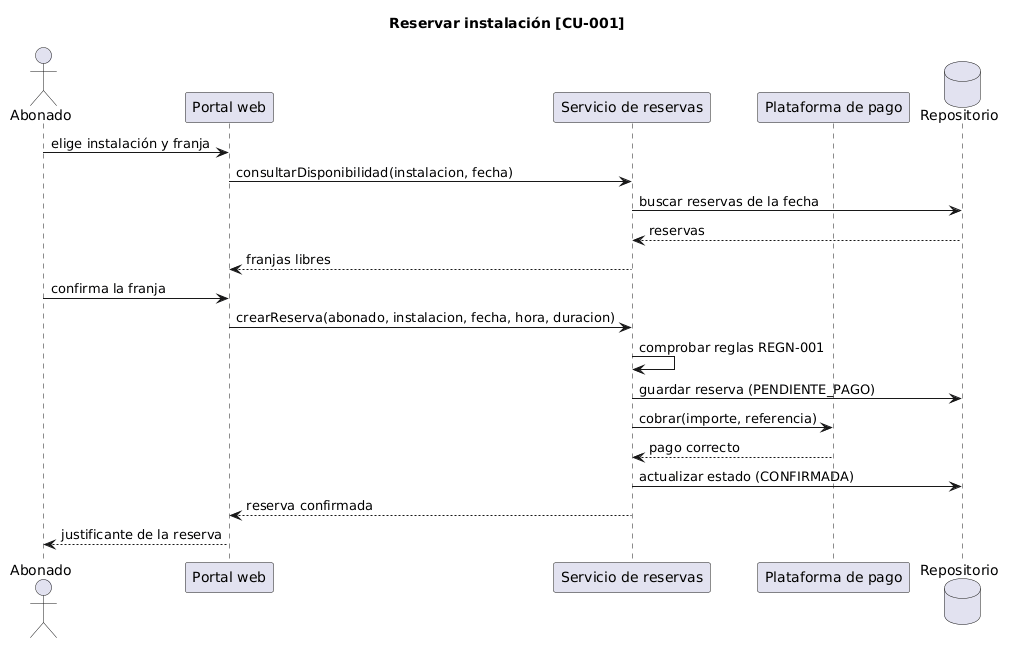
Earlier version of the PlantUML export archetypes/en_us/projects/sample-sports-center/assets/secuencia-reservar-instalacion.png (proteus-University-of-Seville/profile-madeja).
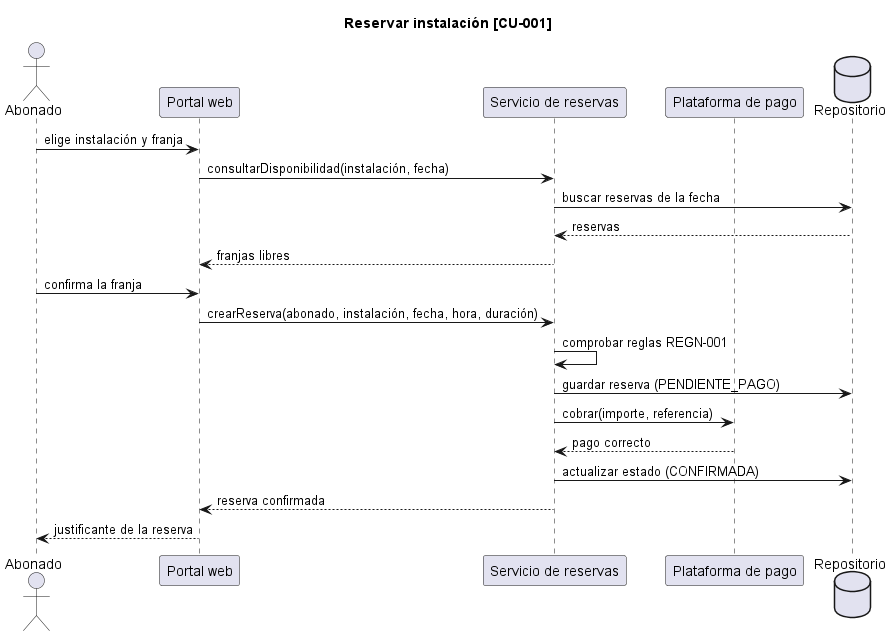
After the change.

The edit, as a diff of the source:
```diff
@@ -7,12 +7,12 @@
 participant "Plataforma de pago" as pago
 database "Repositorio" as repo
 Abonado -> portal : elige instalación y franja
-portal -> reservas : consultarDisponibilidad(instalacion, fecha)
+portal -> reservas : consultarDisponibilidad(instalación, fecha)
 reservas -> repo : buscar reservas de la fecha
 repo --> reservas : reservas
 reservas --> portal : franjas libres
 Abonado -> portal : confirma la franja
-portal -> reservas : crearReserva(abonado, instalacion, fecha, hora, duracion)
+portal -> reservas : crearReserva(abonado, instalación, fecha, hora, duración)
 reservas -> reservas : comprobar reglas REGN-001
 reservas -> repo : guardar reserva (PENDIENTE_PAGO)
 reservas -> pago : cobrar(importe, referencia)
```
